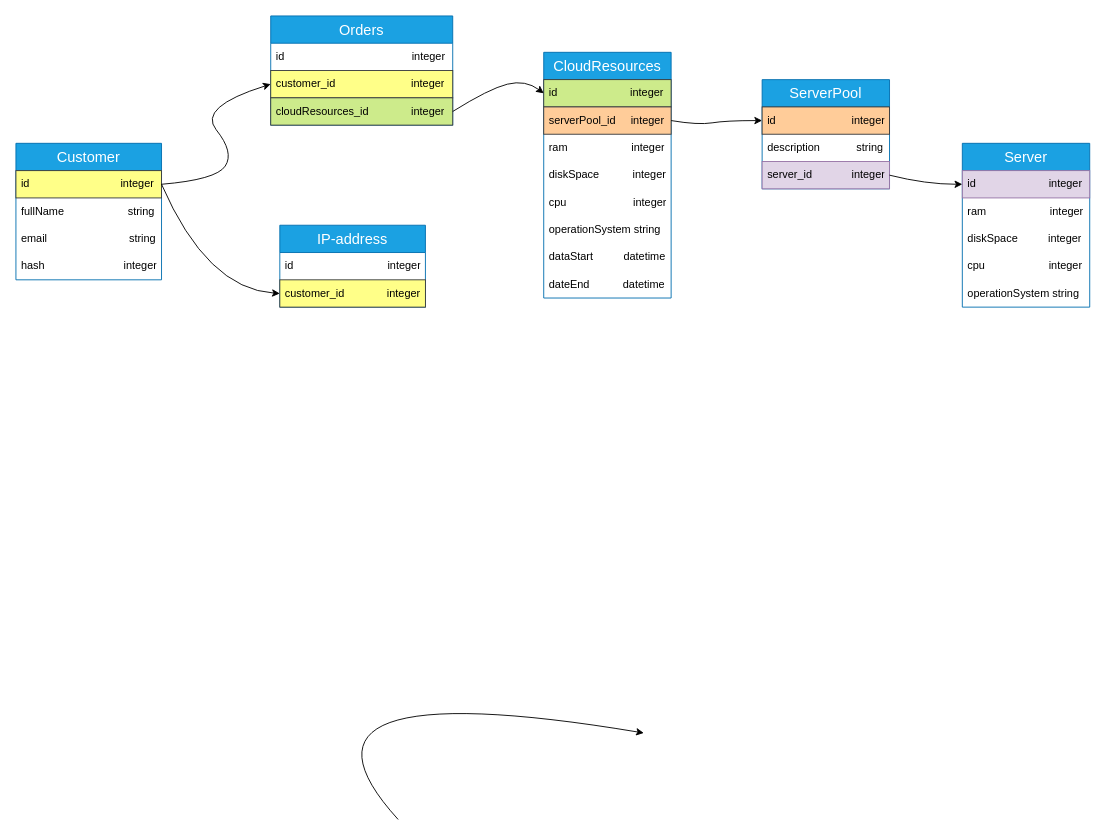
This is 9/ERD.drawio from ArtXDim/SoftwareArchitecture, a draw.io file, before an edit. Source tidied: cells renumbered, new cells numbered last; positions are measured from the earlier drawing's top-left corner, leaving out a move shared by most shapes. Both pictures are drawn from the tidied source at 91%, with x=0, y=0 at pixel (15, 15).
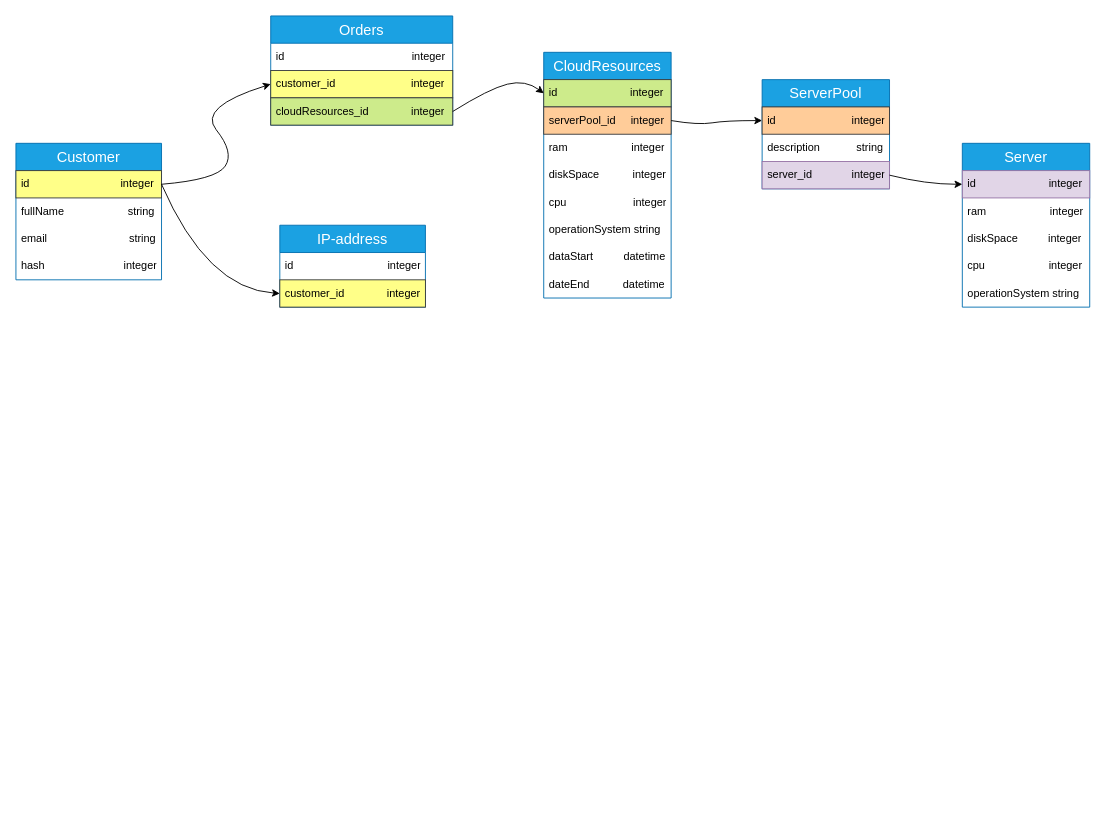
After the change.

Change to the diagram source:
```diff
@@
-    <mxCell id="2" style="curved=1;endArrow=classic;html=1;rounded=0;entryX=0;entryY=0.5;entryDx=0;entryDy=0;exitX=0;exitY=0.5;exitDx=0;exitDy=0;" parent="1" edge="1">
-      <mxGeometry relative="1" as="geometry">
-        <mxPoint x="420" y="883" as="sourcePoint" />
-        <mxPoint x="690" y="788" as="targetPoint" />
-        <Array as="points">
-          <mxPoint x="270" y="718" />
-        </Array>
-      </mxGeometry>
-    </mxCell>
```
